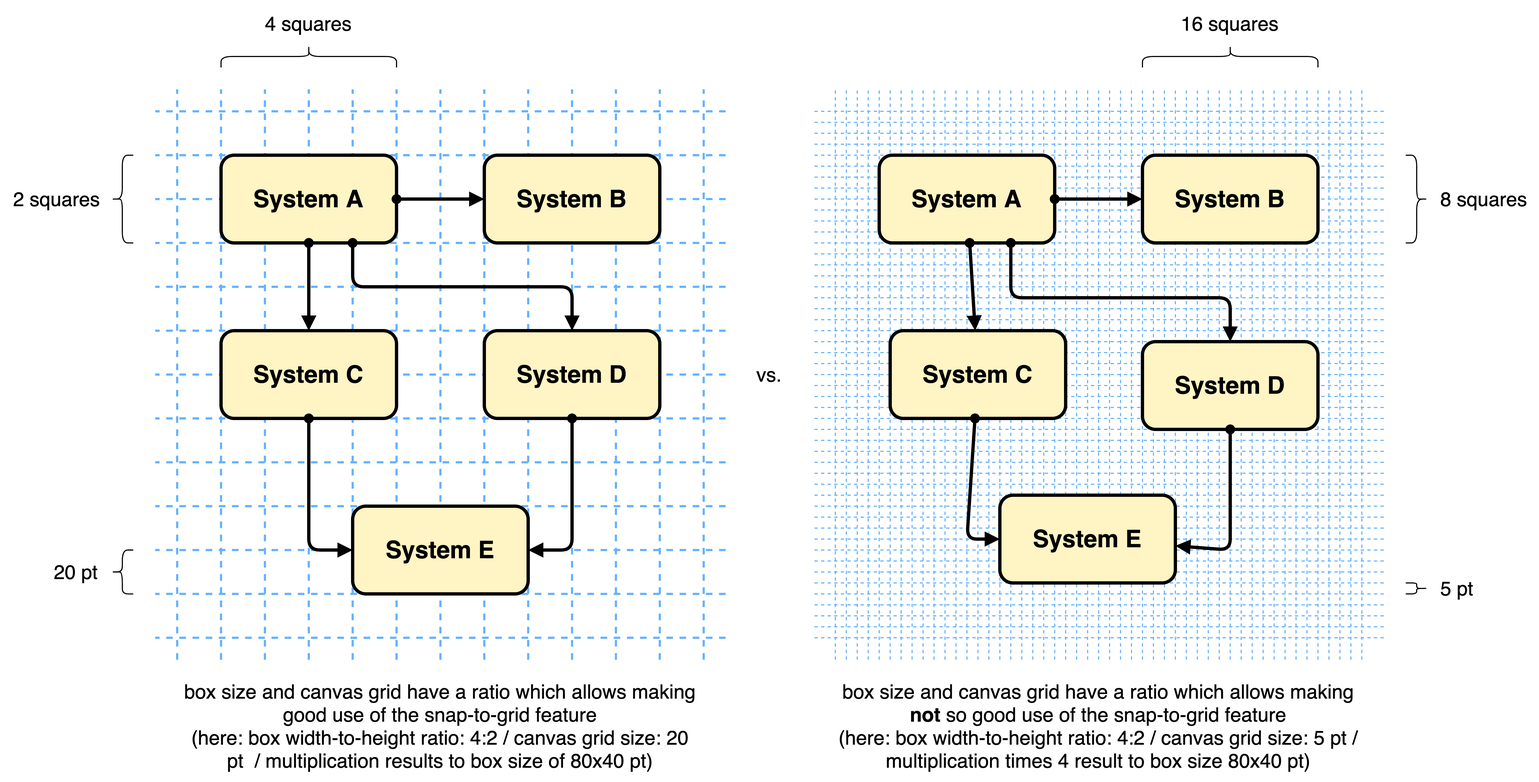
martinleggewie/visual-tips-for-creating-schematic-diagrams keeps this draw.io diagram as diagrams/box-guideline_width-height-and-canvas-size.png. Above is the earlier version. Source tidied: cells renumbered, new cells last; positions are measured from the earlier drawing's top-left corner, leaving out a move shared by most shapes.
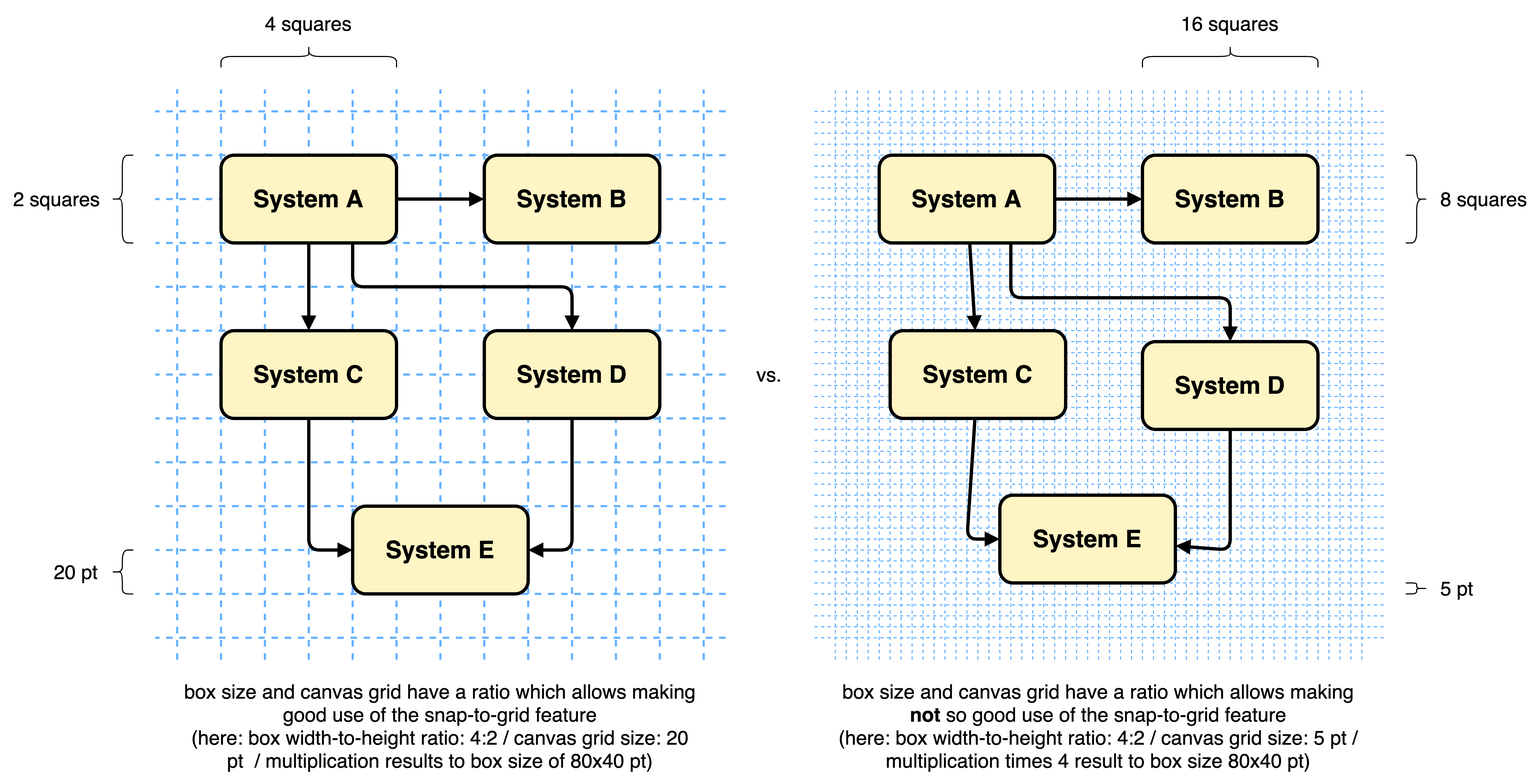
The same diagram one commit later.

Change to the diagram source:
```diff
@@ -763,7 +763,7 @@
     <mxCell id="131" value="System B" style="rounded=1;whiteSpace=wrap;html=1;strokeWidth=3;fontSize=22;fontStyle=1;fillColor=#FFF4C3;" parent="129" vertex="1">
       <mxGeometry x="440" y="170" width="160" height="80" as="geometry" />
     </mxCell>
-    <mxCell id="132" style="edgeStyle=none;rounded=0;jettySize=auto;html=1;startArrow=oval;startFill=1;endArrow=block;endFill=1;strokeWidth=3;fontSize=22;" parent="129" edge="1" source="130" target="131">
+    <mxCell id="132" style="edgeStyle=none;rounded=0;jettySize=auto;html=1;startArrow=none;startFill=0;endArrow=block;endFill=1;strokeWidth=3;fontSize=22;" parent="129" edge="1" source="130" target="131">
       <mxGeometry relative="1" as="geometry" />
     </mxCell>
     <mxCell id="133" value="box size and canvas grid have a ratio which allows making good use of the snap-to-grid feature&lt;br&gt;&lt;span style=&quot;font-size: 18px&quot;&gt;(here: box width-to-height ratio: 4:2 / canvas grid size: 20 pt&amp;nbsp; / multiplication results to box size of 80x40 pt)&lt;br style=&quot;font-size: 18px&quot;&gt;&lt;/span&gt;" style="text;html=1;strokeColor=none;fillColor=none;align=center;verticalAlign=middle;whiteSpace=wrap;rounded=0;fontSize=18;" parent="129" vertex="1">
@@ -775,7 +775,7 @@
     <mxCell id="135" value="System C" style="rounded=1;whiteSpace=wrap;html=1;strokeWidth=3;fontSize=22;fontStyle=1;fillColor=#FFF4C3;" parent="129" vertex="1">
       <mxGeometry x="200" y="330" width="160" height="80" as="geometry" />
     </mxCell>
-    <mxCell id="136" style="edgeStyle=none;rounded=0;jettySize=auto;html=1;fontSize=22;startArrow=oval;startFill=1;endArrow=block;endFill=1;strokeWidth=3;" parent="129" edge="1" source="130" target="135">
+    <mxCell id="136" style="edgeStyle=none;rounded=0;jettySize=auto;html=1;fontSize=22;startArrow=none;startFill=0;endArrow=block;endFill=1;strokeWidth=3;" parent="129" edge="1" source="130" target="135">
       <mxGeometry relative="1" as="geometry" />
     </mxCell>
     <mxCell id="137" value="box size and canvas grid have a ratio which allows making &lt;b&gt;not&lt;/b&gt; so good use of the snap-to-grid feature&lt;br&gt;(here: box width-to-height ratio: 4:2 /&amp;nbsp;canvas grid size: 5 pt / multiplication times 4 result to box size 80x40 pt)&lt;span style=&quot;font-size: 18px&quot;&gt;&lt;br style=&quot;font-size: 18px&quot;&gt;&lt;/span&gt;" style="text;html=1;strokeColor=none;fillColor=none;align=center;verticalAlign=middle;whiteSpace=wrap;rounded=0;fontSize=18;" parent="129" vertex="1">
@@ -784,7 +784,7 @@
     <mxCell id="138" value="System D" style="rounded=1;whiteSpace=wrap;html=1;strokeWidth=3;fontSize=22;fontStyle=1;fillColor=#FFF4C3;" parent="129" vertex="1">
       <mxGeometry x="440" y="330" width="160" height="80" as="geometry" />
     </mxCell>
-    <mxCell id="139" style="edgeStyle=none;rounded=1;jettySize=auto;html=1;fontSize=22;startArrow=oval;startFill=1;endArrow=block;endFill=1;strokeWidth=3;exitX=0.75;exitY=1;exitDx=0;exitDy=0;" parent="129" edge="1" source="130" target="138">
+    <mxCell id="139" style="edgeStyle=none;rounded=1;jettySize=auto;html=1;fontSize=22;startArrow=none;startFill=0;endArrow=block;endFill=1;strokeWidth=3;exitX=0.75;exitY=1;exitDx=0;exitDy=0;" parent="129" edge="1" source="130" target="138">
       <mxGeometry relative="1" as="geometry">
         <Array as="points">
           <mxPoint x="320" y="290" />
@@ -795,14 +795,14 @@
     <mxCell id="140" value="System E" style="rounded=1;whiteSpace=wrap;html=1;strokeWidth=3;fontSize=22;fontStyle=1;fillColor=#FFF4C3;" parent="129" vertex="1">
       <mxGeometry x="320" y="490" width="160" height="80" as="geometry" />
     </mxCell>
-    <mxCell id="141" style="edgeStyle=none;rounded=1;jettySize=auto;html=1;fontSize=22;startArrow=oval;startFill=1;endArrow=block;endFill=1;strokeWidth=3;" parent="129" edge="1" source="135" target="140">
+    <mxCell id="141" style="edgeStyle=none;rounded=1;jettySize=auto;html=1;fontSize=22;startArrow=none;startFill=0;endArrow=block;endFill=1;strokeWidth=3;" parent="129" edge="1" source="135" target="140">
       <mxGeometry relative="1" as="geometry">
         <Array as="points">
           <mxPoint x="280" y="530" />
         </Array>
       </mxGeometry>
     </mxCell>
-    <mxCell id="142" style="edgeStyle=none;rounded=1;jettySize=auto;html=1;fontSize=22;startArrow=oval;startFill=1;endArrow=block;endFill=1;strokeWidth=3;" parent="129" edge="1" source="138" target="140">
+    <mxCell id="142" style="edgeStyle=none;rounded=1;jettySize=auto;html=1;fontSize=22;startArrow=none;startFill=0;endArrow=block;endFill=1;strokeWidth=3;" parent="129" edge="1" source="138" target="140">
       <mxGeometry relative="1" as="geometry">
         <Array as="points">
           <mxPoint x="520" y="530" />
@@ -815,19 +815,19 @@
     <mxCell id="144" value="System B" style="rounded=1;whiteSpace=wrap;html=1;strokeWidth=3;fontSize=22;fontStyle=1;fillColor=#FFF4C3;" parent="129" vertex="1">
       <mxGeometry x="1040" y="170" width="160" height="80" as="geometry" />
     </mxCell>
-    <mxCell id="145" style="edgeStyle=none;rounded=0;jettySize=auto;html=1;startArrow=oval;startFill=1;endArrow=block;endFill=1;strokeWidth=3;fontSize=22;" parent="129" edge="1" source="143" target="144">
+    <mxCell id="145" style="edgeStyle=none;rounded=0;jettySize=auto;html=1;startArrow=none;startFill=0;endArrow=block;endFill=1;strokeWidth=3;fontSize=22;" parent="129" edge="1" source="143" target="144">
       <mxGeometry relative="1" as="geometry" />
     </mxCell>
     <mxCell id="146" value="System C" style="rounded=1;whiteSpace=wrap;html=1;strokeWidth=3;fontSize=22;fontStyle=1;fillColor=#FFF4C3;" parent="129" vertex="1">
       <mxGeometry x="810" y="330" width="160" height="80" as="geometry" />
     </mxCell>
-    <mxCell id="147" style="edgeStyle=none;rounded=0;jettySize=auto;html=1;fontSize=22;startArrow=oval;startFill=1;endArrow=block;endFill=1;strokeWidth=3;" parent="129" edge="1" source="143" target="146">
+    <mxCell id="147" style="edgeStyle=none;rounded=0;jettySize=auto;html=1;fontSize=22;startArrow=none;startFill=0;endArrow=block;endFill=1;strokeWidth=3;" parent="129" edge="1" source="143" target="146">
       <mxGeometry relative="1" as="geometry" />
     </mxCell>
     <mxCell id="148" value="System D" style="rounded=1;whiteSpace=wrap;html=1;strokeWidth=3;fontSize=22;fontStyle=1;fillColor=#FFF4C3;" parent="129" vertex="1">
       <mxGeometry x="1040" y="340" width="160" height="80" as="geometry" />
     </mxCell>
-    <mxCell id="149" style="edgeStyle=none;rounded=1;jettySize=auto;html=1;fontSize=22;startArrow=oval;startFill=1;endArrow=block;endFill=1;strokeWidth=3;exitX=0.75;exitY=1;exitDx=0;exitDy=0;" parent="129" edge="1" source="143" target="148">
+    <mxCell id="149" style="edgeStyle=none;rounded=1;jettySize=auto;html=1;fontSize=22;startArrow=none;startFill=0;endArrow=block;endFill=1;strokeWidth=3;exitX=0.75;exitY=1;exitDx=0;exitDy=0;" parent="129" edge="1" source="143" target="148">
       <mxGeometry relative="1" as="geometry">
         <Array as="points">
           <mxPoint x="920" y="300" />
@@ -838,14 +838,14 @@
     <mxCell id="150" value="System E" style="rounded=1;whiteSpace=wrap;html=1;strokeWidth=3;fontSize=22;fontStyle=1;fillColor=#FFF4C3;" parent="129" vertex="1">
       <mxGeometry x="910" y="480" width="160" height="80" as="geometry" />
     </mxCell>
-    <mxCell id="151" style="edgeStyle=none;rounded=1;jettySize=auto;html=1;fontSize=22;startArrow=oval;startFill=1;endArrow=block;endFill=1;strokeWidth=3;" parent="129" edge="1" source="146" target="150">
+    <mxCell id="151" style="edgeStyle=none;rounded=1;jettySize=auto;html=1;fontSize=22;startArrow=none;startFill=0;endArrow=block;endFill=1;strokeWidth=3;" parent="129" edge="1" source="146" target="150">
       <mxGeometry relative="1" as="geometry">
         <Array as="points">
           <mxPoint x="880" y="520" />
         </Array>
       </mxGeometry>
     </mxCell>
-    <mxCell id="152" style="edgeStyle=none;rounded=1;jettySize=auto;html=1;fontSize=22;startArrow=oval;startFill=1;endArrow=block;endFill=1;strokeWidth=3;" parent="129" edge="1" source="148" target="150">
+    <mxCell id="152" style="edgeStyle=none;rounded=1;jettySize=auto;html=1;fontSize=22;startArrow=none;startFill=0;endArrow=block;endFill=1;strokeWidth=3;" parent="129" edge="1" source="148" target="150">
       <mxGeometry relative="1" as="geometry">
         <Array as="points">
           <mxPoint x="1120" y="530" />
```
